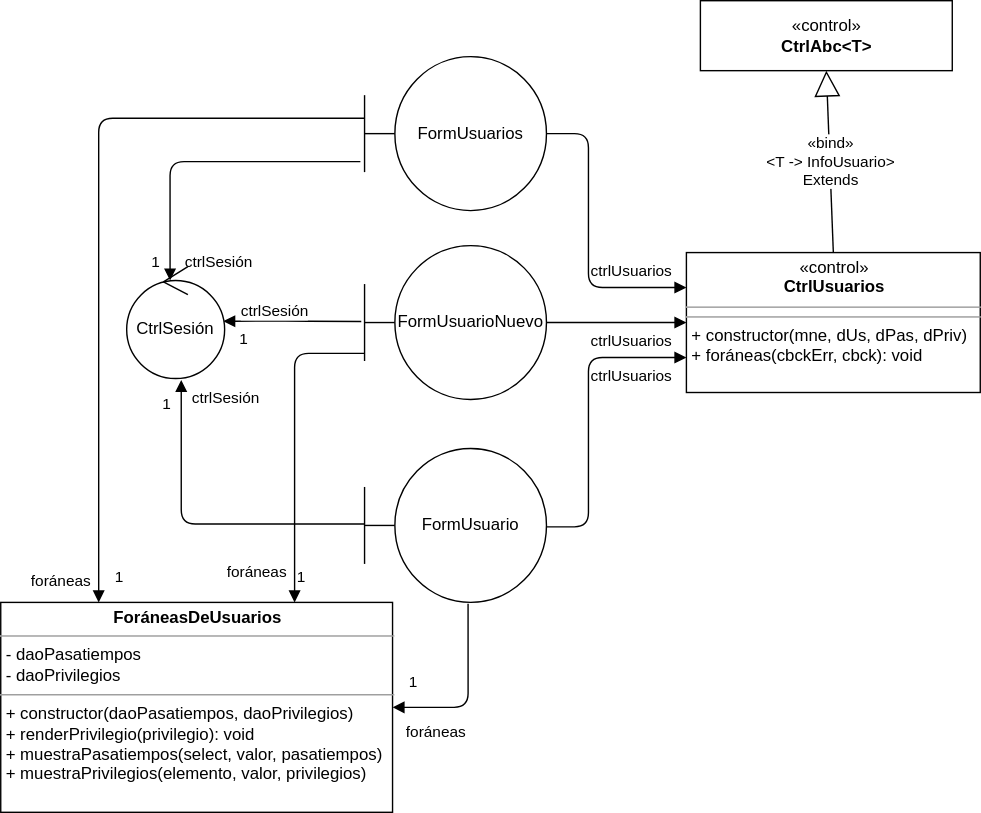
This is img/usuarios.svg from gilpgawoas/gilpgawoas.github.io, a draw.io export, as it was before one commit. Source tidied: cells renumbered, new cells last; positions are measured from the earlier drawing's top-left corner, leaving out a move shared by most shapes. Its diagram source:
```xml
<mxGraphModel>
  <root>
    <mxCell id="0" />
    <mxCell id="1" parent="0" />
    <mxCell id="2" value="FormUsuarios" style="shape=umlBoundary;whiteSpace=wrap;html=1;" parent="1" vertex="1">
      <mxGeometry x="260" y="40" width="130" height="110" as="geometry" />
    </mxCell>
    <mxCell id="3" value="FormUsuarioNuevo" style="shape=umlBoundary;whiteSpace=wrap;html=1;" parent="1" vertex="1">
      <mxGeometry x="260" y="175" width="130" height="110" as="geometry" />
    </mxCell>
    <mxCell id="4" value="FormUsuario" style="shape=umlBoundary;whiteSpace=wrap;html=1;" parent="1" vertex="1">
      <mxGeometry x="260" y="320" width="130" height="110" as="geometry" />
    </mxCell>
    <mxCell id="5" value="&lt;div&gt;ctrlSesión&lt;/div&gt;" style="endArrow=none;endFill=0;html=1;edgeStyle=orthogonalEdgeStyle;align=left;verticalAlign=top;exitX=0.443;exitY=0.125;exitDx=0;exitDy=0;entryX=-0.023;entryY=0.682;entryDx=0;entryDy=0;entryPerimeter=0;startArrow=block;startFill=1;exitPerimeter=0;" parent="1" edge="1" source="13" target="2">
      <mxGeometry x="-0.76" y="-9" relative="1" as="geometry">
        <Array as="points">
          <mxPoint x="121" y="115" />
        </Array>
      </mxGeometry>
    </mxCell>
    <mxCell id="6" value="1" style="edgeLabel;html=1;align=left;verticalAlign=bottom;" parent="5" vertex="1">
      <mxGeometry x="-1" relative="1" as="geometry">
        <mxPoint x="-15" y="-5" as="offset" />
      </mxGeometry>
    </mxCell>
    <mxCell id="7" value="ctrlSesión" style="endArrow=none;endFill=0;html=1;edgeStyle=orthogonalEdgeStyle;align=left;verticalAlign=top;exitX=0.986;exitY=0.488;exitDx=0;exitDy=0;startArrow=block;startFill=1;entryX=-0.018;entryY=0.493;entryDx=0;entryDy=0;entryPerimeter=0;exitPerimeter=0;" parent="1" edge="1" source="13" target="3">
      <mxGeometry x="-0.78" y="19" relative="1" as="geometry">
        <mxPoint y="-1" as="offset" />
      </mxGeometry>
    </mxCell>
    <mxCell id="8" value="1" style="edgeLabel;html=1;align=left;verticalAlign=bottom;" parent="7" vertex="1">
      <mxGeometry x="-1" relative="1" as="geometry">
        <mxPoint x="10" y="21" as="offset" />
      </mxGeometry>
    </mxCell>
    <mxCell id="9" value="ctrlSesión" style="endArrow=none;endFill=0;html=1;edgeStyle=orthogonalEdgeStyle;align=left;verticalAlign=top;exitX=0.557;exitY=1.013;exitDx=0;exitDy=0;entryX=0;entryY=0.491;entryDx=0;entryDy=0;entryPerimeter=0;startArrow=block;startFill=1;exitPerimeter=0;" parent="1" edge="1" source="13" target="4">
      <mxGeometry x="-0.07" y="103" relative="1" as="geometry" />
    </mxCell>
    <mxCell id="10" value="1" style="edgeLabel;html=1;align=left;verticalAlign=bottom;" parent="9" vertex="1">
      <mxGeometry x="-1" relative="1" as="geometry">
        <mxPoint x="-15" y="25" as="offset" />
      </mxGeometry>
    </mxCell>
    <mxCell id="11" value="ctrlUsuarios" style="endArrow=none;endFill=0;html=1;edgeStyle=orthogonalEdgeStyle;align=left;verticalAlign=top;entryX=1;entryY=0.5;entryDx=0;entryDy=0;entryPerimeter=0;exitX=0;exitY=0.25;exitDx=0;exitDy=0;startArrow=block;startFill=1;" parent="1" edge="1" source="25" target="2">
      <mxGeometry x="-0.33" y="-25" relative="1" as="geometry">
        <Array as="points">
          <mxPoint x="420" y="205" />
          <mxPoint x="420" y="95" />
        </Array>
        <mxPoint x="-25" y="-25" as="offset" />
      </mxGeometry>
    </mxCell>
    <mxCell id="12" value="1" style="edgeLabel;html=1;align=left;verticalAlign=bottom;" parent="11" vertex="1">
      <mxGeometry x="-1" relative="1" as="geometry">
        <mxPoint x="25" y="-5" as="offset" />
      </mxGeometry>
    </mxCell>
    <mxCell id="13" value="CtrlSesión" style="ellipse;shape=umlControl;whiteSpace=wrap;html=1;" parent="1" vertex="1">
      <mxGeometry x="90" y="190" width="70" height="80" as="geometry" />
    </mxCell>
    <mxCell id="14" value="ctrlUsuarios" style="endArrow=none;endFill=0;html=1;edgeStyle=orthogonalEdgeStyle;align=left;verticalAlign=top;exitX=0;exitY=0.5;exitDx=0;exitDy=0;entryX=1;entryY=0.5;entryDx=0;entryDy=0;entryPerimeter=0;startArrow=block;startFill=1;" parent="1" edge="1" source="25" target="3">
      <mxGeometry x="0.4" relative="1" as="geometry" />
    </mxCell>
    <mxCell id="15" value="ctrlUsuarios" style="endArrow=none;endFill=0;html=1;edgeStyle=orthogonalEdgeStyle;align=left;verticalAlign=top;entryX=1;entryY=0.509;entryDx=0;entryDy=0;entryPerimeter=0;startArrow=block;startFill=1;exitX=0;exitY=0.75;exitDx=0;exitDy=0;" parent="1" edge="1" source="25" target="4">
      <mxGeometry x="-0.37" relative="1" as="geometry">
        <Array as="points">
          <mxPoint x="420" y="255" />
          <mxPoint x="420" y="376" />
        </Array>
      </mxGeometry>
    </mxCell>
    <mxCell id="16" value="1" style="edgeLabel;html=1;align=left;verticalAlign=bottom;" parent="15" vertex="1">
      <mxGeometry x="-1" relative="1" as="geometry">
        <mxPoint x="5" y="15" as="offset" />
      </mxGeometry>
    </mxCell>
    <mxCell id="17" value="&lt;p style=&quot;margin: 0px ; margin-top: 4px ; text-align: center&quot;&gt;&lt;b&gt;ForáneasDeUsuarios&lt;br&gt;&lt;/b&gt;&lt;/p&gt;&lt;hr size=&quot;1&quot;&gt;&lt;p style=&quot;margin: 0px ; margin-left: 4px&quot;&gt;- daoPasatiempos&lt;/p&gt;&lt;p style=&quot;margin: 0px ; margin-left: 4px&quot;&gt;- daoPrivilegios&lt;br&gt;&lt;/p&gt;&lt;hr size=&quot;1&quot;&gt;&lt;p style=&quot;margin: 0px ; margin-left: 4px&quot;&gt;+ constructor(daoPasatiempos, daoPrivilegios)&lt;br&gt;&lt;/p&gt;&lt;p style=&quot;margin: 0px ; margin-left: 4px&quot;&gt;+ renderPrivilegio(privilegio): void&lt;/p&gt;&lt;p style=&quot;margin: 0px ; margin-left: 4px&quot;&gt;+ muestraPasatiempos(select, valor, pasatiempos)&lt;/p&gt;&lt;p style=&quot;margin: 0px ; margin-left: 4px&quot;&gt;+ muestraPrivilegios(elemento, valor, privilegios)&lt;/p&gt;" style="verticalAlign=top;align=left;overflow=fill;fontSize=12;fontFamily=Helvetica;html=1;" parent="1" vertex="1">
      <mxGeometry y="430" width="280" height="150" as="geometry" />
    </mxCell>
    <mxCell id="18" value="foráneas" style="endArrow=none;endFill=0;html=1;edgeStyle=orthogonalEdgeStyle;align=left;verticalAlign=top;entryX=0;entryY=0.4;entryDx=0;entryDy=0;entryPerimeter=0;exitX=0.25;exitY=0;exitDx=0;exitDy=0;startArrow=block;startFill=1;" parent="1" edge="1" source="17" target="2">
      <mxGeometry x="-0.9" y="50" relative="1" as="geometry" />
    </mxCell>
    <mxCell id="19" value="1" style="edgeLabel;html=1;align=left;verticalAlign=bottom;" parent="18" vertex="1">
      <mxGeometry x="-1" relative="1" as="geometry">
        <mxPoint x="10" y="-10" as="offset" />
      </mxGeometry>
    </mxCell>
    <mxCell id="20" value="foráneas" style="endArrow=none;endFill=0;html=1;edgeStyle=orthogonalEdgeStyle;align=left;verticalAlign=top;exitX=0.75;exitY=0;exitDx=0;exitDy=0;startArrow=block;startFill=1;" parent="1" edge="1" source="17">
      <mxGeometry x="-0.7" y="50" relative="1" as="geometry">
        <mxPoint x="260" y="252" as="targetPoint" />
        <Array as="points">
          <mxPoint x="210" y="252" />
        </Array>
      </mxGeometry>
    </mxCell>
    <mxCell id="21" value="1" style="edgeLabel;html=1;align=left;verticalAlign=bottom;" parent="20" vertex="1">
      <mxGeometry x="-1" relative="1" as="geometry">
        <mxPoint y="-10" as="offset" />
      </mxGeometry>
    </mxCell>
    <mxCell id="22" value="foráneas" style="endArrow=none;endFill=0;html=1;edgeStyle=orthogonalEdgeStyle;align=left;verticalAlign=top;exitX=1;exitY=0.5;exitDx=0;exitDy=0;startArrow=block;startFill=1;entryX=0.569;entryY=1.009;entryDx=0;entryDy=0;entryPerimeter=0;" parent="1" edge="1" source="17" target="4">
      <mxGeometry x="-0.88" y="-5" relative="1" as="geometry">
        <Array as="points">
          <mxPoint x="334" y="505" />
        </Array>
      </mxGeometry>
    </mxCell>
    <mxCell id="23" value="1" style="edgeLabel;html=1;align=left;verticalAlign=bottom;" parent="22" vertex="1">
      <mxGeometry x="-1" relative="1" as="geometry">
        <mxPoint x="10" y="-10" as="offset" />
      </mxGeometry>
    </mxCell>
    <mxCell id="24" value="«control»&lt;br&gt;&lt;b&gt;CtrlAbc&amp;lt;T&amp;gt;&lt;/b&gt;" style="html=1;" parent="1" vertex="1">
      <mxGeometry x="500" width="180" height="50" as="geometry" />
    </mxCell>
    <mxCell id="25" value="&lt;p style=&quot;margin: 0px ; margin-top: 4px ; text-align: center&quot;&gt;«control»&lt;br&gt;&lt;b&gt;CtrlUsuarios&lt;/b&gt;&lt;/p&gt;&lt;hr size=&quot;1&quot;&gt;&lt;hr size=&quot;1&quot;&gt;&lt;p style=&quot;margin: 0px ; margin-left: 4px&quot;&gt;+ constructor(mne, dUs, dPas, dPriv)&lt;br&gt;+ foráneas(cbckErr, cbck): void&lt;/p&gt;" style="verticalAlign=top;align=left;overflow=fill;fontSize=12;fontFamily=Helvetica;html=1;" parent="1" vertex="1">
      <mxGeometry x="490" y="180" width="210" height="100" as="geometry" />
    </mxCell>
    <mxCell id="26" value="&lt;div&gt;&lt;div&gt;«bind»&lt;/div&gt;&lt;div&gt;&amp;lt;T -&amp;gt; InfoUsuario&amp;gt;&lt;br&gt;&lt;/div&gt;&lt;/div&gt;&lt;div&gt;Extends&lt;/div&gt;" style="endArrow=block;endSize=16;endFill=0;html=1;entryX=0.5;entryY=1;entryDx=0;entryDy=0;exitX=0.5;exitY=0;exitDx=0;exitDy=0;" parent="1" edge="1" source="25" target="24">
      <mxGeometry relative="1" as="geometry" />
    </mxCell>
  </root>
</mxGraphModel>
```
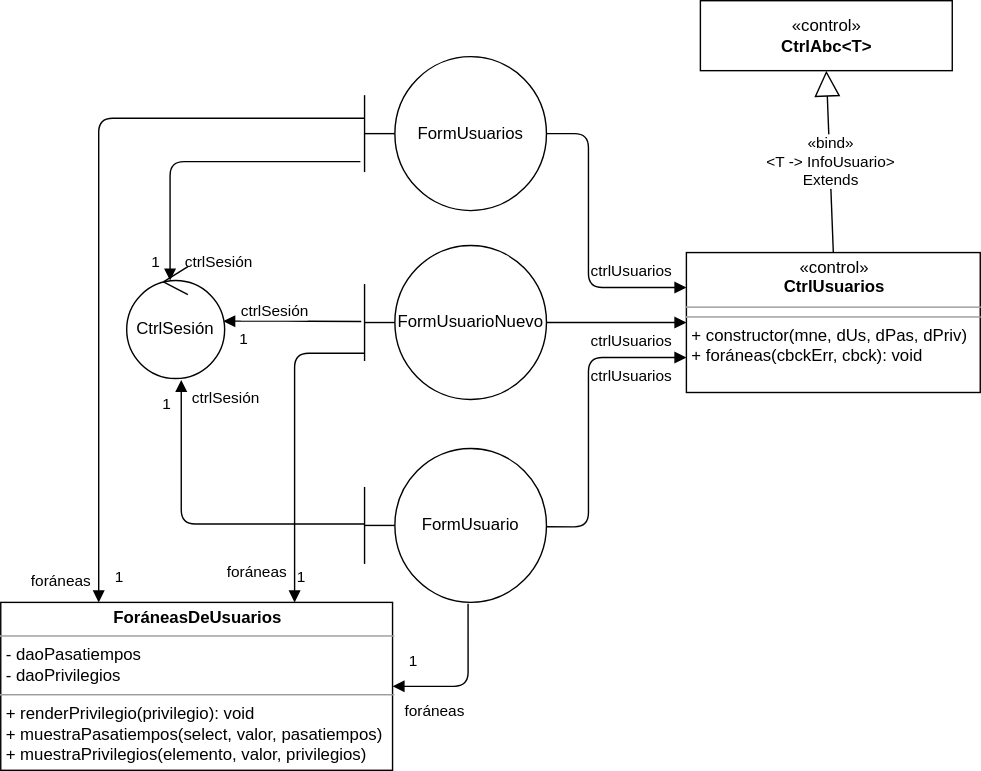
The same file after the commit.

Commit message:
Corrige usuarios y pasatiempos

Diff of the diagram source:
```diff
@@ -74,8 +74,8 @@
         <mxPoint x="5" y="15" as="offset" />
       </mxGeometry>
     </mxCell>
-    <mxCell id="17" value="&lt;p style=&quot;margin: 0px ; margin-top: 4px ; text-align: center&quot;&gt;&lt;b&gt;ForáneasDeUsuarios&lt;br&gt;&lt;/b&gt;&lt;/p&gt;&lt;hr size=&quot;1&quot;&gt;&lt;p style=&quot;margin: 0px ; margin-left: 4px&quot;&gt;- daoPasatiempos&lt;/p&gt;&lt;p style=&quot;margin: 0px ; margin-left: 4px&quot;&gt;- daoPrivilegios&lt;br&gt;&lt;/p&gt;&lt;hr size=&quot;1&quot;&gt;&lt;p style=&quot;margin: 0px ; margin-left: 4px&quot;&gt;+ constructor(daoPasatiempos, daoPrivilegios)&lt;br&gt;&lt;/p&gt;&lt;p style=&quot;margin: 0px ; margin-left: 4px&quot;&gt;+ renderPrivilegio(privilegio): void&lt;/p&gt;&lt;p style=&quot;margin: 0px ; margin-left: 4px&quot;&gt;+ muestraPasatiempos(select, valor, pasatiempos)&lt;/p&gt;&lt;p style=&quot;margin: 0px ; margin-left: 4px&quot;&gt;+ muestraPrivilegios(elemento, valor, privilegios)&lt;/p&gt;" style="verticalAlign=top;align=left;overflow=fill;fontSize=12;fontFamily=Helvetica;html=1;" parent="1" vertex="1">
-      <mxGeometry y="430" width="280" height="150" as="geometry" />
+    <mxCell id="17" value="&lt;p style=&quot;margin: 0px ; margin-top: 4px ; text-align: center&quot;&gt;&lt;b&gt;ForáneasDeUsuarios&lt;br&gt;&lt;/b&gt;&lt;/p&gt;&lt;hr size=&quot;1&quot;&gt;&lt;p style=&quot;margin: 0px ; margin-left: 4px&quot;&gt;- daoPasatiempos&lt;/p&gt;&lt;p style=&quot;margin: 0px ; margin-left: 4px&quot;&gt;- daoPrivilegios&lt;br&gt;&lt;/p&gt;&lt;hr size=&quot;1&quot;&gt;&lt;p style=&quot;margin: 0px ; margin-left: 4px&quot;&gt;&lt;span&gt;+ renderPrivilegio(privilegio): void&lt;/span&gt;&lt;br&gt;&lt;/p&gt;&lt;p style=&quot;margin: 0px ; margin-left: 4px&quot;&gt;+ muestraPasatiempos(select, valor, pasatiempos)&lt;/p&gt;&lt;p style=&quot;margin: 0px ; margin-left: 4px&quot;&gt;+ muestraPrivilegios(elemento, valor, privilegios)&lt;/p&gt;" style="verticalAlign=top;align=left;overflow=fill;fontSize=12;fontFamily=Helvetica;html=1;" parent="1" vertex="1">
+      <mxGeometry y="430" width="280" height="120" as="geometry" />
     </mxCell>
     <mxCell id="18" value="foráneas" style="endArrow=none;endFill=0;html=1;edgeStyle=orthogonalEdgeStyle;align=left;verticalAlign=top;entryX=0;entryY=0.4;entryDx=0;entryDy=0;entryPerimeter=0;exitX=0.25;exitY=0;exitDx=0;exitDy=0;startArrow=block;startFill=1;" parent="1" edge="1" source="17" target="2">
       <mxGeometry x="-0.9" y="50" relative="1" as="geometry" />
@@ -101,7 +101,7 @@
     <mxCell id="22" value="foráneas" style="endArrow=none;endFill=0;html=1;edgeStyle=orthogonalEdgeStyle;align=left;verticalAlign=top;exitX=1;exitY=0.5;exitDx=0;exitDy=0;startArrow=block;startFill=1;entryX=0.569;entryY=1.009;entryDx=0;entryDy=0;entryPerimeter=0;" parent="1" edge="1" source="17" target="4">
       <mxGeometry x="-0.88" y="-5" relative="1" as="geometry">
         <Array as="points">
-          <mxPoint x="334" y="505" />
+          <mxPoint x="334" y="490" />
         </Array>
       </mxGeometry>
     </mxCell>
```
